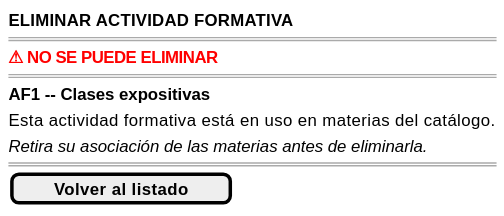
The PlantUML diagram images/RUP/01-requisitos/03-detalle-casos-uso/eliminarActividadFormativa/wireframe-bloqueada.svg in mmasias/pyCeldaPublico, before a commit.
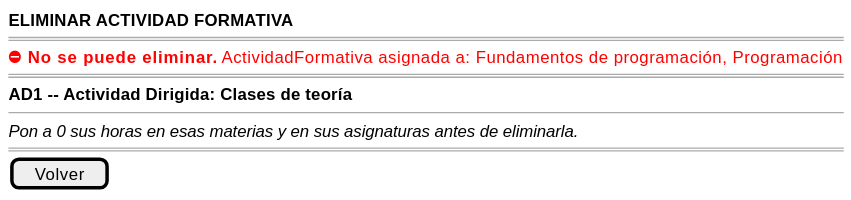
After the change.

Diff of the diagram source:
```diff
@@ -2,14 +2,12 @@
 {
     <b>ELIMINAR ACTIVIDAD FORMATIVA</b>
     ====
-    <color:red><b>⚠ NO SE PUEDE ELIMINAR</b></color>
+    <color:red><b>⛔ No se puede eliminar.</b> ActividadFormativa asignada a: Fundamentos de programación, Programación</color>
     ====
-    <b>AF1 -- Clases expositivas</b>
-
-    Esta actividad formativa está en uso en materias del catálogo.
-
-    <i>Retira su asociación de las materias antes de eliminarla.</i>
+    <b>AD1 -- Actividad Dirigida: Clases de teoría</b>
+    --
+    <i>Pon a 0 sus horas en esas materias y en sus asignaturas antes de eliminarla.</i>
     ====
-    [ <b>Volver al listado</b> ]
+    [ Volver ]
 }
 @endsalt
```
